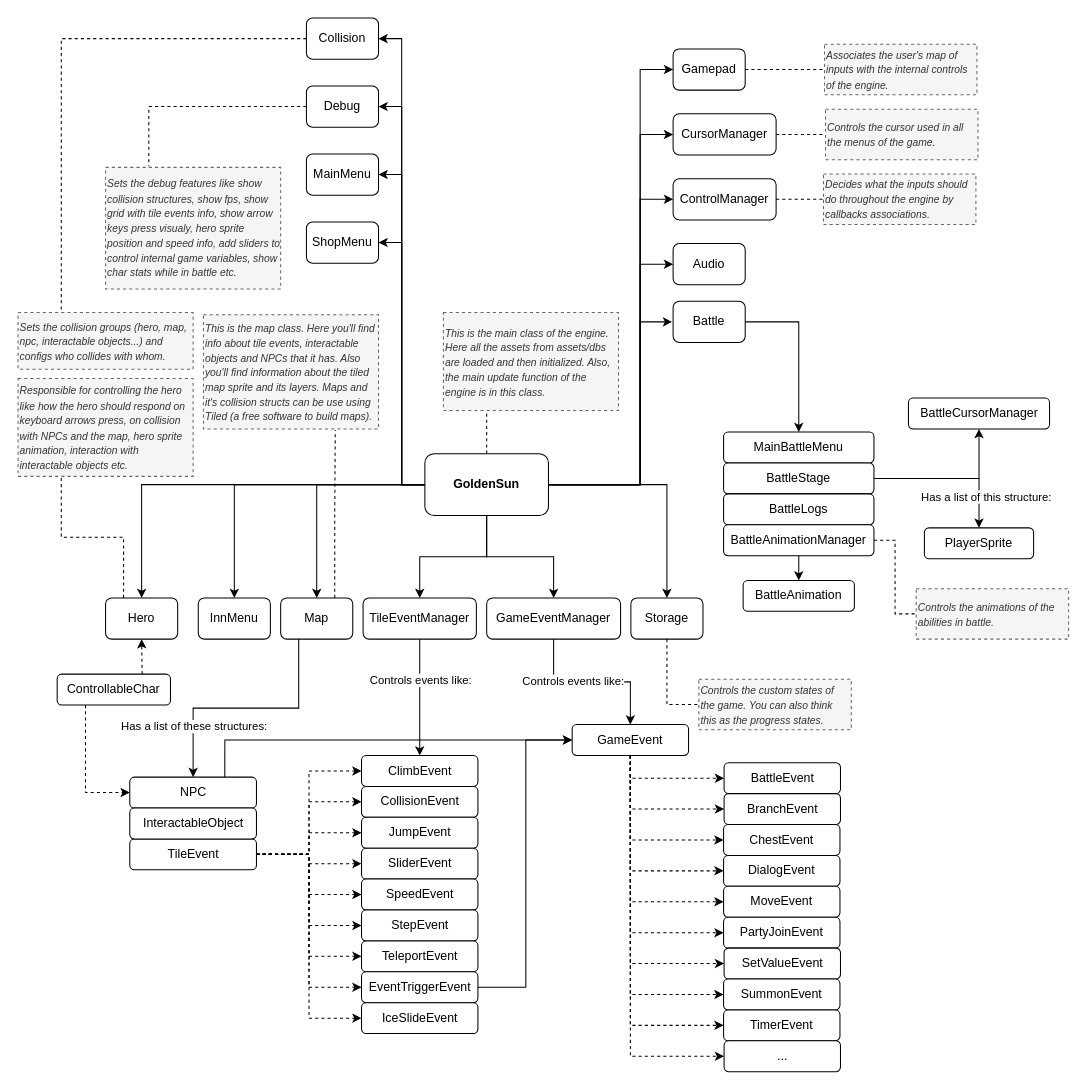
Before: help/docs/diagrams/general_diagram.drawio in jjppof/goldensun_html5, a draw.io diagram. Source tidied: cells renumbered, new cells numbered last; positions are measured from the earlier drawing's top-left corner, leaving out a move shared by most shapes. Both pictures are drawn from the tidied source at 103%, with x=0, y=0 at pixel (18, 18).
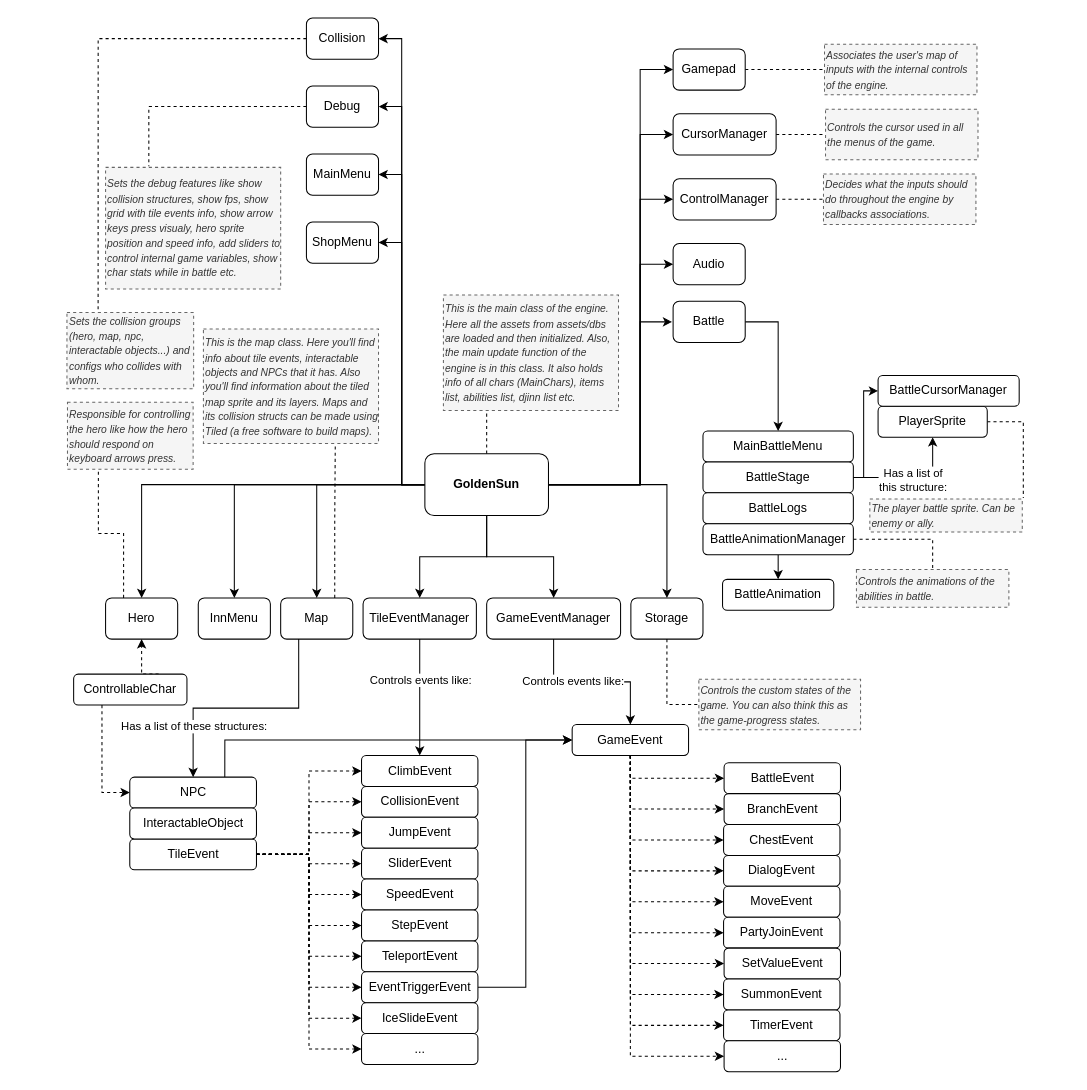
Above is the later version.

Commit message:
general diagram update

The change refers to these unchanged cells:
```xml
<mxCell id="61" value="TileEvent" style="rounded=1;whiteSpace=wrap;html=1;" parent="1" vertex="1">
  <mxGeometry x="108.5" y="797" width="123" height="30" as="geometry" />
</mxCell>
<mxCell id="82" style="endArrow=classic;html=1;exitX=1;exitY=0.5;exitDx=0;exitDy=0;edgeStyle=orthogonalEdgeStyle;rounded=0;" parent="1" edge="1" source="77" target="84">
  <mxGeometry relative="1" as="geometry" />
</mxCell>
```

The edit, as a diff of the source:
```diff
@@
+    <mxCell id="118" style="edgeStyle=orthogonalEdgeStyle;rounded=0;jettySize=auto;html=1;entryX=0;entryY=0.5;entryDx=0;entryDy=0;dashed=1;" parent="1" edge="1" source="61" target="120">
+      <mxGeometry relative="1" as="geometry" />
+    </mxCell>
@@
     <mxCell id="64" value="ControllableChar" style="rounded=1;whiteSpace=wrap;html=1;" parent="1" vertex="1">
-      <mxGeometry x="38" y="637" width="110" height="30" as="geometry" />
+      <mxGeometry x="54" y="637" width="110" height="30" as="geometry" />
     </mxCell>
-    <mxCell id="65" value="&lt;i&gt;&lt;font style=&quot;font-size: 10px&quot;&gt;Sets the collision groups (hero, map, npc, interactable objects...) and configs w&lt;/font&gt;&lt;/i&gt;&lt;span style=&quot;font-size: 10px&quot;&gt;&lt;i&gt;ho collides with whom.&lt;/i&gt;&lt;/span&gt;" style="rounded=0;whiteSpace=wrap;html=1;dashed=1;align=left;fillColor=#f5f5f5;strokeColor=#666666;fontColor=#333333;perimeterSpacing=1;labelPadding=0;noLabel=0;" parent="1" vertex="1">
-      <mxGeometry y="286" width="170" height="55" as="geometry" />
-    </mxCell>
-    <mxCell id="66" value="&lt;span style=&quot;font-size: 10px&quot;&gt;&lt;i&gt;Responsible for controlling the hero like how the hero should respond on keyboard arrows press, on collision with NPCs and the map, hero sprite animation, interaction with interactable objects etc.&lt;/i&gt;&lt;/span&gt;" style="rounded=0;whiteSpace=wrap;html=1;dashed=1;align=left;fillColor=#f5f5f5;strokeColor=#666666;fontColor=#333333;perimeterSpacing=1;labelPadding=0;noLabel=0;" parent="1" vertex="1">
-      <mxGeometry y="350" width="170" height="95" as="geometry" />
+    <mxCell id="66" value="&lt;span style=&quot;font-size: 10px&quot;&gt;&lt;i&gt;Responsible for controlling the hero like how the hero should respond on keyboard arrows press.&lt;/i&gt;&lt;/span&gt;" style="rounded=0;whiteSpace=wrap;html=1;dashed=1;align=left;fillColor=#f5f5f5;strokeColor=#666666;fontColor=#333333;perimeterSpacing=1;labelPadding=0;noLabel=0;" parent="1" vertex="1">
+      <mxGeometry x="48" y="373" width="122" height="65" as="geometry" />
     </mxCell>
@@
-    <mxCell id="68" value="&lt;span style=&quot;font-size: 10px&quot;&gt;&lt;i&gt;This is the main class of the engine. Here all the assets from assets/dbs are loaded and then initialized. Also, the main update function of the engine is in this class.&lt;/i&gt;&lt;/span&gt;" style="rounded=0;whiteSpace=wrap;html=1;dashed=1;align=left;fillColor=#f5f5f5;strokeColor=#666666;fontColor=#333333;perimeterSpacing=1;labelPadding=0;noLabel=0;" parent="1" vertex="1">
-      <mxGeometry x="413" y="286" width="170" height="95" as="geometry" />
+    <mxCell id="68" value="&lt;span style=&quot;font-size: 10px&quot;&gt;&lt;i&gt;This is the main class of the engine. Here all the assets from assets/dbs are loaded and then initialized. Also, the main update function of the engine is in this class. It also holds info of all chars (MainChars), items list, abilities list, djinn list etc.&lt;/i&gt;&lt;/span&gt;" style="rounded=0;whiteSpace=wrap;html=1;dashed=1;align=left;fillColor=#f5f5f5;strokeColor=#666666;fontColor=#333333;perimeterSpacing=1;labelPadding=0;noLabel=0;" parent="1" vertex="1">
+      <mxGeometry x="413" y="269" width="170" height="112" as="geometry" />
     </mxCell>
@@
-    <mxCell id="74" value="&lt;span style=&quot;font-size: 10px&quot;&gt;&lt;i&gt;This is the map class. Here you'll find info about tile events, interactable objects and NPCs that it has. Also you'll find information about the tiled map sprite and its layers. Maps and it's collision structs can be use using Tiled (a free software to build maps).&lt;/i&gt;&lt;/span&gt;" style="rounded=0;whiteSpace=wrap;html=1;dashed=1;align=left;fillColor=#f5f5f5;strokeColor=#666666;fontColor=#333333;perimeterSpacing=1;labelPadding=0;noLabel=0;" parent="1" vertex="1">
-      <mxGeometry x="180" y="288" width="170" height="111" as="geometry" />
+    <mxCell id="74" value="&lt;span style=&quot;font-size: 10px&quot;&gt;&lt;i&gt;This is the map class. Here you'll find info about tile events, interactable objects and NPCs that it has. Also you'll find information about the tiled map sprite and its layers. Maps and its collision structs can be made using Tiled (a free software to build maps).&lt;/i&gt;&lt;/span&gt;" style="rounded=0;whiteSpace=wrap;html=1;dashed=1;align=left;fillColor=#f5f5f5;strokeColor=#666666;fontColor=#333333;perimeterSpacing=1;labelPadding=0;noLabel=0;" parent="1" vertex="1">
+      <mxGeometry x="180" y="302" width="170" height="111" as="geometry" />
     </mxCell>
     <mxCell id="75" value="MainBattleMenu" style="rounded=1;whiteSpace=wrap;html=1;" parent="1" vertex="1">
-      <mxGeometry x="685" y="402" width="146" height="30" as="geometry" />
+      <mxGeometry x="665" y="401" width="146" height="30" as="geometry" />
     </mxCell>
-    <mxCell id="76" style="edgeStyle=orthogonalEdgeStyle;rounded=0;jettySize=auto;html=1;entryX=0.5;entryY=1;entryDx=0;entryDy=0;endArrow=classic;endFill=1;" parent="1" edge="1" source="77" target="116">
-      <mxGeometry relative="1" as="geometry" />
+    <mxCell id="76" style="edgeStyle=orthogonalEdgeStyle;rounded=0;jettySize=auto;html=1;entryX=0;entryY=0.5;entryDx=0;entryDy=0;" parent="1" edge="1" source="77" target="116">
+      <mxGeometry relative="1" as="geometry">
+        <Array as="points">
+          <mxPoint x="821" y="446" />
+          <mxPoint x="821" y="362" />
+        </Array>
+      </mxGeometry>
     </mxCell>
     <mxCell id="77" value="BattleStage" style="rounded=1;whiteSpace=wrap;html=1;" parent="1" vertex="1">
-      <mxGeometry x="685" y="432" width="146" height="30" as="geometry" />
+      <mxGeometry x="665" y="431" width="146" height="30" as="geometry" />
     </mxCell>
     <mxCell id="78" value="BattleLogs" style="rounded=1;whiteSpace=wrap;html=1;" parent="1" vertex="1">
-      <mxGeometry x="685" y="462" width="146" height="30" as="geometry" />
+      <mxGeometry x="665" y="461" width="146" height="30" as="geometry" />
     </mxCell>
@@
-    <mxCell id="80" style="edgeStyle=orthogonalEdgeStyle;rounded=0;jettySize=auto;html=1;entryX=0;entryY=0.5;entryDx=0;entryDy=0;endArrow=none;endFill=0;dashed=1;" parent="1" edge="1" source="81" target="85">
+    <mxCell id="80" style="edgeStyle=orthogonalEdgeStyle;rounded=0;jettySize=auto;html=1;endArrow=none;endFill=0;dashed=1;entryX=0.5;entryY=0;entryDx=0;entryDy=0;exitX=1;exitY=0.5;exitDx=0;exitDy=0;" parent="1" edge="1" source="81" target="85">
       <mxGeometry relative="1" as="geometry" />
     </mxCell>
     <mxCell id="81" value="BattleAnimationManager" style="rounded=1;whiteSpace=wrap;html=1;" parent="1" vertex="1">
-      <mxGeometry x="685" y="492" width="146" height="30" as="geometry" />
+      <mxGeometry x="665" y="491" width="146" height="30" as="geometry" />
     </mxCell>
@@
-    <mxCell id="83" value="Has a list of this structure:" style="edgeLabel;html=1;align=center;verticalAlign=middle;" parent="82" vertex="1">
+    <mxCell id="83" value="Has a list of&lt;br&gt;this structure:" style="edgeLabel;html=1;align=center;verticalAlign=middle;" parent="82" vertex="1">
       <mxGeometry relative="1" as="geometry">
-        <mxPoint x="33.7" y="17" as="offset" />
+        <mxPoint x="-1" y="2" as="offset" />
       </mxGeometry>
     </mxCell>
+    <mxCell id="119" style="edgeStyle=orthogonalEdgeStyle;rounded=0;jettySize=auto;html=1;entryX=1;entryY=0;entryDx=0;entryDy=0;exitX=1;exitY=0.5;exitDx=0;exitDy=0;dashed=1;endArrow=none;endFill=0;" parent="1" edge="1" source="84" target="121">
+      <mxGeometry relative="1" as="geometry" />
+    </mxCell>
     <mxCell id="84" value="PlayerSprite" style="rounded=1;whiteSpace=wrap;html=1;" parent="1" vertex="1">
-      <mxGeometry x="880" y="495" width="106" height="30" as="geometry" />
+      <mxGeometry x="835" y="377" width="106" height="30" as="geometry" />
     </mxCell>
     <mxCell id="85" value="&lt;span style=&quot;font-size: 10px&quot;&gt;&lt;i&gt;Controls the animations of the abilities in battle.&lt;/i&gt;&lt;/span&gt;" style="rounded=0;whiteSpace=wrap;html=1;dashed=1;align=left;fillColor=#f5f5f5;strokeColor=#666666;fontColor=#333333;perimeterSpacing=1;labelPadding=0;noLabel=0;" parent="1" vertex="1">
-      <mxGeometry x="872" y="554" width="148" height="49" as="geometry" />
+      <mxGeometry x="814" y="535.5" width="148" height="36.5" as="geometry" />
     </mxCell>
@@
-    <mxCell id="94" value="&lt;span style=&quot;font-size: 10px&quot;&gt;&lt;i&gt;Controls the custom states of the game. You can also think this as the progress states.&lt;/i&gt;&lt;/span&gt;" style="rounded=0;whiteSpace=wrap;html=1;dashed=1;align=left;fillColor=#f5f5f5;strokeColor=#666666;fontColor=#333333;perimeterSpacing=1;labelPadding=0;noLabel=0;" parent="1" vertex="1">
-      <mxGeometry x="661" y="642" width="148" height="49" as="geometry" />
+    <mxCell id="94" value="&lt;span style=&quot;font-size: 10px&quot;&gt;&lt;i&gt;Controls the custom states of the game. You can also think this as the game-progress states.&lt;/i&gt;&lt;/span&gt;" style="rounded=0;whiteSpace=wrap;html=1;dashed=1;align=left;fillColor=#f5f5f5;strokeColor=#666666;fontColor=#333333;perimeterSpacing=1;labelPadding=0;noLabel=0;" parent="1" vertex="1">
+      <mxGeometry x="661" y="642" width="157" height="49" as="geometry" />
     </mxCell>
@@
     <mxCell id="116" value="BattleCursorManager" style="rounded=1;whiteSpace=wrap;html=1;" parent="1" vertex="1">
-      <mxGeometry x="864.5" y="369" width="137" height="30" as="geometry" />
+      <mxGeometry x="835" y="347" width="137" height="30" as="geometry" />
     </mxCell>
     <mxCell id="117" value="BattleAnimation" style="rounded=1;whiteSpace=wrap;html=1;" parent="1" vertex="1">
-      <mxGeometry x="704" y="546" width="108" height="30" as="geometry" />
+      <mxGeometry x="684" y="545" width="108" height="30" as="geometry" />
     </mxCell>
+    <mxCell id="65" value="&lt;i&gt;&lt;font style=&quot;font-size: 10px&quot;&gt;Sets the collision groups (hero, map, npc, interactable objects...) and configs w&lt;/font&gt;&lt;/i&gt;&lt;span style=&quot;font-size: 10px&quot;&gt;&lt;i&gt;ho collides with whom.&lt;/i&gt;&lt;/span&gt;" style="rounded=0;whiteSpace=wrap;html=1;dashed=1;align=left;fillColor=#f5f5f5;strokeColor=#666666;fontColor=#333333;perimeterSpacing=1;labelPadding=0;noLabel=0;" parent="1" vertex="1">
+      <mxGeometry x="47.5" y="286" width="123" height="74" as="geometry" />
+    </mxCell>
+    <mxCell id="120" value="..." style="rounded=1;whiteSpace=wrap;html=1;" parent="1" vertex="1">
+      <mxGeometry x="333.5" y="986" width="113" height="30" as="geometry" />
+    </mxCell>
+    <mxCell id="121" value="&lt;span style=&quot;font-size: 10px&quot;&gt;&lt;i&gt;The player battle sprite. Can be enemy or ally.&lt;/i&gt;&lt;/span&gt;" style="rounded=0;whiteSpace=wrap;html=1;dashed=1;align=left;fillColor=#f5f5f5;strokeColor=#666666;fontColor=#333333;perimeterSpacing=1;labelPadding=0;noLabel=0;" parent="1" vertex="1">
+      <mxGeometry x="827" y="467" width="148" height="32" as="geometry" />
+    </mxCell>
```
